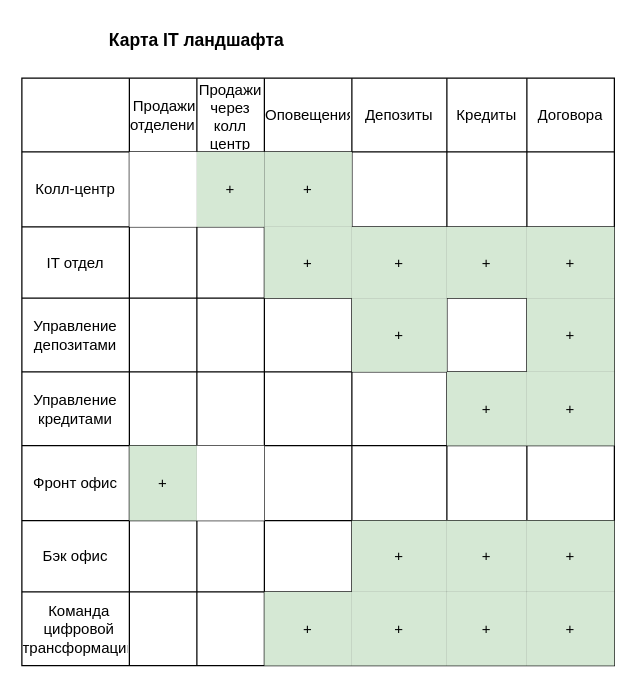
ashmakov87/architecture-sprint-9 keeps this draw.io diagram as Task1/IT ландшафт.drawio. Above is the earlier version. Source tidied: cells renumbered, new cells numbered last; positions are measured from the earlier drawing's top-left corner, leaving out a move shared by most shapes. Both pictures are drawn from the tidied source at 125%, with x=0, y=0 at pixel (21, 21).
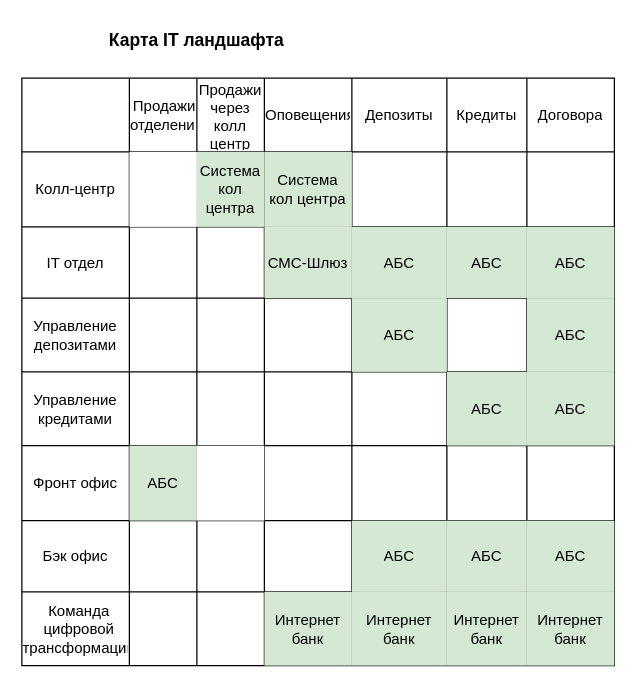
After the change.

Unchanged cells that the change refers to:
```xml
<mxCell id="11" style="shape=tableRow;horizontal=0;startSize=0;swimlaneHead=0;swimlaneBody=0;strokeColor=inherit;top=0;left=0;bottom=0;right=0;fillColor=none;" parent="2" vertex="1">
  <mxGeometry y="59" width="474" height="60" as="geometry" />
</mxCell>
<mxCell id="19" style="shape=tableRow;horizontal=0;startSize=0;swimlaneHead=0;swimlaneBody=0;strokeColor=inherit;top=0;left=0;bottom=0;right=0;fillColor=none;" parent="2" vertex="1">
  <mxGeometry y="119" width="474" height="57" as="geometry" />
</mxCell>
<mxCell id="27" style="shape=tableRow;horizontal=0;startSize=0;swimlaneHead=0;swimlaneBody=0;strokeColor=inherit;top=0;left=0;bottom=0;right=0;fillColor=none;" parent="2" vertex="1">
  <mxGeometry y="176" width="474" height="59" as="geometry" />
</mxCell>
<mxCell id="35" style="shape=tableRow;horizontal=0;startSize=0;swimlaneHead=0;swimlaneBody=0;strokeColor=inherit;top=0;left=0;bottom=0;right=0;fillColor=none;" parent="2" vertex="1">
  <mxGeometry y="235" width="474" height="59" as="geometry" />
</mxCell>
<mxCell id="43" style="shape=tableRow;horizontal=0;startSize=0;swimlaneHead=0;swimlaneBody=0;strokeColor=inherit;top=0;left=0;bottom=0;right=0;fillColor=none;" parent="2" vertex="1">
  <mxGeometry y="294" width="474" height="60" as="geometry" />
</mxCell>
<mxCell id="51" style="shape=tableRow;horizontal=0;startSize=0;swimlaneHead=0;swimlaneBody=0;strokeColor=inherit;top=0;left=0;bottom=0;right=0;fillColor=none;" parent="2" vertex="1">
  <mxGeometry y="354" width="474" height="57" as="geometry" />
</mxCell>
<mxCell id="59" style="shape=tableRow;horizontal=0;startSize=0;swimlaneHead=0;swimlaneBody=0;strokeColor=inherit;top=0;left=0;bottom=0;right=0;fillColor=none;" parent="2" vertex="1">
  <mxGeometry y="411" width="474" height="59" as="geometry" />
</mxCell>
```

The edit, as a diff of the source:
```diff
@@
-    <mxCell id="14" value="+" style="shape=partialRectangle;html=1;whiteSpace=wrap;strokeColor=#82b366;overflow=hidden;fillColor=#d5e8d4;top=0;left=0;bottom=0;right=0;" parent="11" vertex="1">
+    <mxCell id="14" value="Система кол центра" style="shape=partialRectangle;html=1;whiteSpace=wrap;strokeColor=#82b366;overflow=hidden;fillColor=#d5e8d4;top=0;left=0;bottom=0;right=0;" parent="11" vertex="1">
       <mxGeometry x="140" width="54" height="60" as="geometry" />
     </mxCell>
-    <mxCell id="15" value="+" style="shape=partialRectangle;html=1;whiteSpace=wrap;strokeColor=#82b366;overflow=hidden;fillColor=#d5e8d4;top=0;left=0;bottom=0;right=0;" parent="11" vertex="1">
+    <mxCell id="15" value="Система кол центра" style="shape=partialRectangle;html=1;whiteSpace=wrap;strokeColor=#82b366;overflow=hidden;fillColor=#d5e8d4;top=0;left=0;bottom=0;right=0;" parent="11" vertex="1">
       <mxGeometry x="194" width="70" height="60" as="geometry" />
     </mxCell>
@@
-    <mxCell id="23" value="+" style="shape=partialRectangle;html=1;whiteSpace=wrap;strokeColor=#82b366;overflow=hidden;fillColor=#d5e8d4;top=0;left=0;bottom=0;right=0;" parent="19" vertex="1">
+    <mxCell id="23" value="СМС-Шлюз" style="shape=partialRectangle;html=1;whiteSpace=wrap;strokeColor=#82b366;overflow=hidden;fillColor=#d5e8d4;top=0;left=0;bottom=0;right=0;" parent="19" vertex="1">
       <mxGeometry x="194" width="70" height="57" as="geometry" />
     </mxCell>
-    <mxCell id="24" value="+" style="shape=partialRectangle;html=1;whiteSpace=wrap;strokeColor=#82b366;overflow=hidden;fillColor=#d5e8d4;top=0;left=0;bottom=0;right=0;" parent="19" vertex="1">
+    <mxCell id="24" value="АБС" style="shape=partialRectangle;html=1;whiteSpace=wrap;strokeColor=#82b366;overflow=hidden;fillColor=#d5e8d4;top=0;left=0;bottom=0;right=0;" parent="19" vertex="1">
       <mxGeometry x="264" width="76" height="57" as="geometry" />
     </mxCell>
-    <mxCell id="25" value="+" style="shape=partialRectangle;html=1;whiteSpace=wrap;strokeColor=#82b366;overflow=hidden;fillColor=#d5e8d4;top=0;left=0;bottom=0;right=0;" parent="19" vertex="1">
+    <mxCell id="25" value="АБС" style="shape=partialRectangle;html=1;whiteSpace=wrap;strokeColor=#82b366;overflow=hidden;fillColor=#d5e8d4;top=0;left=0;bottom=0;right=0;" parent="19" vertex="1">
       <mxGeometry x="340" width="64" height="57" as="geometry" />
     </mxCell>
-    <mxCell id="26" value="+" style="shape=partialRectangle;html=1;whiteSpace=wrap;strokeColor=#82b366;overflow=hidden;fillColor=#d5e8d4;top=0;left=0;bottom=0;right=0;" parent="19" vertex="1">
+    <mxCell id="26" value="АБС" style="shape=partialRectangle;html=1;whiteSpace=wrap;strokeColor=#82b366;overflow=hidden;fillColor=#d5e8d4;top=0;left=0;bottom=0;right=0;" parent="19" vertex="1">
       <mxGeometry x="404" width="70" height="57" as="geometry" />
     </mxCell>
@@
-    <mxCell id="32" value="+" style="shape=partialRectangle;html=1;whiteSpace=wrap;strokeColor=#82b366;overflow=hidden;fillColor=#d5e8d4;top=0;left=0;bottom=0;right=0;" parent="27" vertex="1">
+    <mxCell id="32" value="АБС" style="shape=partialRectangle;html=1;whiteSpace=wrap;strokeColor=#82b366;overflow=hidden;fillColor=#d5e8d4;top=0;left=0;bottom=0;right=0;" parent="27" vertex="1">
       <mxGeometry x="264" width="76" height="59" as="geometry" />
     </mxCell>
@@
-    <mxCell id="34" value="+" style="shape=partialRectangle;html=1;whiteSpace=wrap;strokeColor=#82b366;overflow=hidden;fillColor=#d5e8d4;top=0;left=0;bottom=0;right=0;" parent="27" vertex="1">
+    <mxCell id="34" value="АБС" style="shape=partialRectangle;html=1;whiteSpace=wrap;strokeColor=#82b366;overflow=hidden;fillColor=#d5e8d4;top=0;left=0;bottom=0;right=0;" parent="27" vertex="1">
       <mxGeometry x="404" width="70" height="59" as="geometry" />
     </mxCell>
@@
-    <mxCell id="41" value="+" style="shape=partialRectangle;html=1;whiteSpace=wrap;strokeColor=#82b366;overflow=hidden;fillColor=#d5e8d4;top=0;left=0;bottom=0;right=0;" parent="35" vertex="1">
+    <mxCell id="41" value="АБС" style="shape=partialRectangle;html=1;whiteSpace=wrap;strokeColor=#82b366;overflow=hidden;fillColor=#d5e8d4;top=0;left=0;bottom=0;right=0;" parent="35" vertex="1">
       <mxGeometry x="340" width="64" height="59" as="geometry" />
     </mxCell>
-    <mxCell id="42" value="+" style="shape=partialRectangle;html=1;whiteSpace=wrap;strokeColor=#82b366;overflow=hidden;fillColor=#d5e8d4;top=0;left=0;bottom=0;right=0;" parent="35" vertex="1">
+    <mxCell id="42" value="АБС" style="shape=partialRectangle;html=1;whiteSpace=wrap;strokeColor=#82b366;overflow=hidden;fillColor=#d5e8d4;top=0;left=0;bottom=0;right=0;" parent="35" vertex="1">
       <mxGeometry x="404" width="70" height="59" as="geometry" />
     </mxCell>
@@
-    <mxCell id="45" value="+" style="shape=partialRectangle;html=1;whiteSpace=wrap;strokeColor=#82b366;overflow=hidden;fillColor=#d5e8d4;top=0;left=0;bottom=0;right=0;" parent="43" vertex="1">
+    <mxCell id="45" value="АБС" style="shape=partialRectangle;html=1;whiteSpace=wrap;strokeColor=#82b366;overflow=hidden;fillColor=#d5e8d4;top=0;left=0;bottom=0;right=0;" parent="43" vertex="1">
       <mxGeometry x="86" width="54" height="60" as="geometry" />
     </mxCell>
@@
-    <mxCell id="56" value="+" style="shape=partialRectangle;html=1;whiteSpace=wrap;strokeColor=#82b366;overflow=hidden;fillColor=#d5e8d4;top=0;left=0;bottom=0;right=0;" parent="51" vertex="1">
+    <mxCell id="56" value="АБС" style="shape=partialRectangle;html=1;whiteSpace=wrap;strokeColor=#82b366;overflow=hidden;fillColor=#d5e8d4;top=0;left=0;bottom=0;right=0;" parent="51" vertex="1">
       <mxGeometry x="264" width="76" height="57" as="geometry" />
     </mxCell>
-    <mxCell id="57" value="+" style="shape=partialRectangle;html=1;whiteSpace=wrap;strokeColor=#82b366;overflow=hidden;fillColor=#d5e8d4;top=0;left=0;bottom=0;right=0;" parent="51" vertex="1">
+    <mxCell id="57" value="АБС" style="shape=partialRectangle;html=1;whiteSpace=wrap;strokeColor=#82b366;overflow=hidden;fillColor=#d5e8d4;top=0;left=0;bottom=0;right=0;" parent="51" vertex="1">
       <mxGeometry x="340" width="64" height="57" as="geometry" />
     </mxCell>
-    <mxCell id="58" value="+" style="shape=partialRectangle;html=1;whiteSpace=wrap;strokeColor=#82b366;overflow=hidden;fillColor=#d5e8d4;top=0;left=0;bottom=0;right=0;" parent="51" vertex="1">
+    <mxCell id="58" value="АБС" style="shape=partialRectangle;html=1;whiteSpace=wrap;strokeColor=#82b366;overflow=hidden;fillColor=#d5e8d4;top=0;left=0;bottom=0;right=0;" parent="51" vertex="1">
       <mxGeometry x="404" width="70" height="57" as="geometry" />
     </mxCell>
@@
-    <mxCell id="63" value="+" style="shape=partialRectangle;html=1;whiteSpace=wrap;strokeColor=#82b366;overflow=hidden;fillColor=#d5e8d4;top=0;left=0;bottom=0;right=0;" parent="59" vertex="1">
+    <mxCell id="63" value="Интернет банк" style="shape=partialRectangle;html=1;whiteSpace=wrap;strokeColor=#82b366;overflow=hidden;fillColor=#d5e8d4;top=0;left=0;bottom=0;right=0;" parent="59" vertex="1">
       <mxGeometry x="194" width="70" height="59" as="geometry" />
     </mxCell>
-    <mxCell id="64" value="+" style="shape=partialRectangle;html=1;whiteSpace=wrap;strokeColor=#82b366;overflow=hidden;fillColor=#d5e8d4;top=0;left=0;bottom=0;right=0;" parent="59" vertex="1">
+    <mxCell id="64" value="Интернет банк" style="shape=partialRectangle;html=1;whiteSpace=wrap;strokeColor=#82b366;overflow=hidden;fillColor=#d5e8d4;top=0;left=0;bottom=0;right=0;" parent="59" vertex="1">
       <mxGeometry x="264" width="76" height="59" as="geometry" />
     </mxCell>
-    <mxCell id="65" value="+" style="shape=partialRectangle;html=1;whiteSpace=wrap;strokeColor=#82b366;overflow=hidden;fillColor=#d5e8d4;top=0;left=0;bottom=0;right=0;" parent="59" vertex="1">
+    <mxCell id="65" value="Интернет банк" style="shape=partialRectangle;html=1;whiteSpace=wrap;strokeColor=#82b366;overflow=hidden;fillColor=#d5e8d4;top=0;left=0;bottom=0;right=0;" parent="59" vertex="1">
       <mxGeometry x="340" width="64" height="59" as="geometry" />
     </mxCell>
-    <mxCell id="66" value="+" style="shape=partialRectangle;html=1;whiteSpace=wrap;strokeColor=#82b366;overflow=hidden;fillColor=#d5e8d4;top=0;left=0;bottom=0;right=0;" parent="59" vertex="1">
+    <mxCell id="66" value="Интернет банк" style="shape=partialRectangle;html=1;whiteSpace=wrap;strokeColor=#82b366;overflow=hidden;fillColor=#d5e8d4;top=0;left=0;bottom=0;right=0;" parent="59" vertex="1">
       <mxGeometry x="404" width="70" height="59" as="geometry" />
     </mxCell>
```
